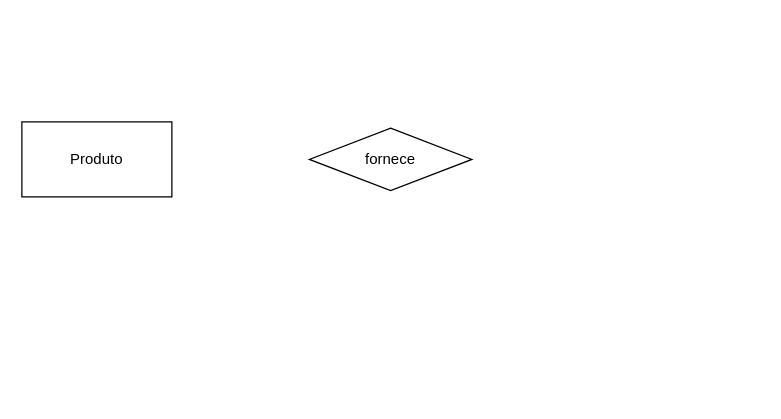
mateus-s-a/IFMT_Eng_Computacao keeps this draw.io diagram as Banco-de-Dados/ex_07(autopecas).drawio. Above is the earlier version. Source tidied: cells renumbered, new cells numbered last; positions are measured from the earlier drawing's top-left corner, leaving out a move shared by most shapes. Both pictures are drawn from the tidied source at 125%, with x=0, y=0 at pixel (21, 121).
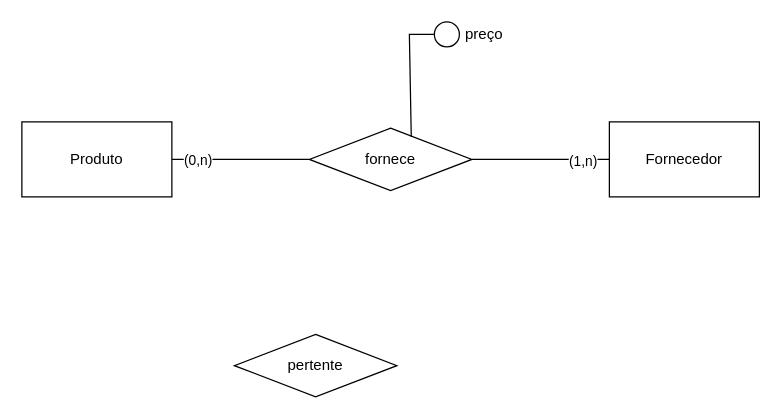
The same page after the edit.

Change to the diagram source:
```diff
@@
 <mxGraphModel>
   <root>
     <mxCell id="0" />
     <mxCell id="1" parent="0" />
     <mxCell id="2" value="&lt;div&gt;Produto&lt;/div&gt;" style="rounded=0;whiteSpace=wrap;html=1;" parent="1" vertex="1">
       <mxGeometry width="120" height="60" as="geometry" />
     </mxCell>
     <mxCell id="3" value="fornece" style="rhombus;whiteSpace=wrap;html=1;" parent="1" vertex="1">
       <mxGeometry x="230" y="5" width="130" height="50" as="geometry" />
     </mxCell>
+    <mxCell id="4" value="Fornecedor" style="rounded=0;whiteSpace=wrap;html=1;" parent="1" vertex="1">
+      <mxGeometry x="470" width="120" height="60" as="geometry" />
+    </mxCell>
+    <mxCell id="5" style="endArrow=none;html=1;rounded=0;entryX=0;entryY=0.5;entryDx=0;entryDy=0;" parent="1" edge="1" source="2" target="3">
+      <mxGeometry relative="1" as="geometry" />
+    </mxCell>
+    <mxCell id="6" value="(0,n)" style="edgeLabel;html=1;align=center;verticalAlign=middle;" parent="5" vertex="1">
+      <mxGeometry x="-0.63" relative="1" as="geometry" />
+    </mxCell>
+    <mxCell id="7" style="endArrow=none;html=1;rounded=0;entryX=0;entryY=0.5;entryDx=0;entryDy=0;" parent="1" edge="1" source="3" target="4">
+      <mxGeometry relative="1" as="geometry" />
+    </mxCell>
+    <mxCell id="8" value="(1,n)" style="edgeLabel;html=1;align=center;verticalAlign=middle;" parent="7" vertex="1">
+      <mxGeometry x="0.6" y="-1" relative="1" as="geometry" />
+    </mxCell>
+    <mxCell id="9" value="&lt;div&gt;pertente&lt;/div&gt;" style="rhombus;whiteSpace=wrap;html=1;" parent="1" vertex="1">
+      <mxGeometry x="170" y="170" width="130" height="50" as="geometry" />
+    </mxCell>
+    <mxCell id="10" style="ellipse;whiteSpace=wrap;html=1;" parent="1" vertex="1">
+      <mxGeometry x="330" y="-80" width="20" height="20" as="geometry" />
+    </mxCell>
+    <mxCell id="11" style="endArrow=none;html=1;rounded=0;exitX=0.627;exitY=0.14;exitDx=0;exitDy=0;exitPerimeter=0;entryX=0;entryY=0.5;entryDx=0;entryDy=0;" parent="1" edge="1" source="3" target="10">
+      <mxGeometry relative="1" as="geometry">
+        <Array as="points">
+          <mxPoint x="310" y="-70" />
+        </Array>
+      </mxGeometry>
+    </mxCell>
+    <mxCell id="12" value="preço" style="text;strokeColor=none;align=center;fillColor=none;html=1;verticalAlign=middle;whiteSpace=wrap;rounded=0;" parent="1" vertex="1">
+      <mxGeometry x="350" y="-77.5" width="40" height="15" as="geometry" />
+    </mxCell>
   </root>
 </mxGraphModel>
```
